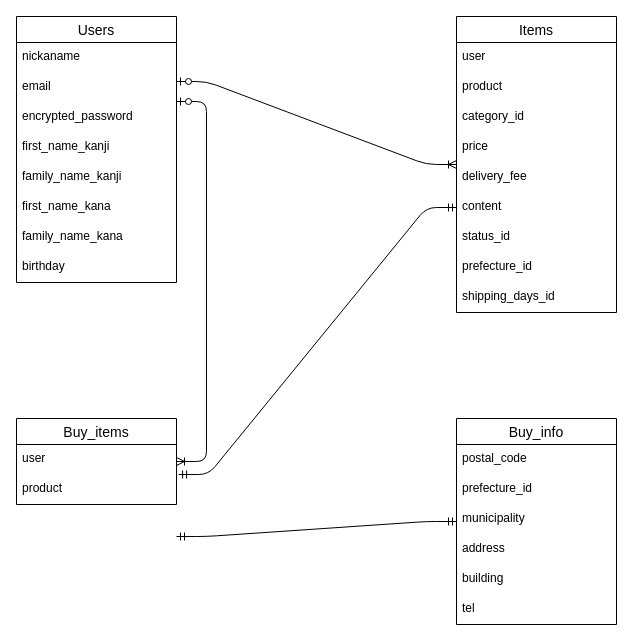
Earlier version of the draw.io diagram test.dio (lluvidali/furima-36592). Source tidied: cells renumbered, new cells numbered last; positions are measured from the earlier drawing's top-left corner, leaving out a move shared by most shapes. Both pictures are drawn from the tidied source at 100%, with x=0, y=0 at pixel (16, 16).
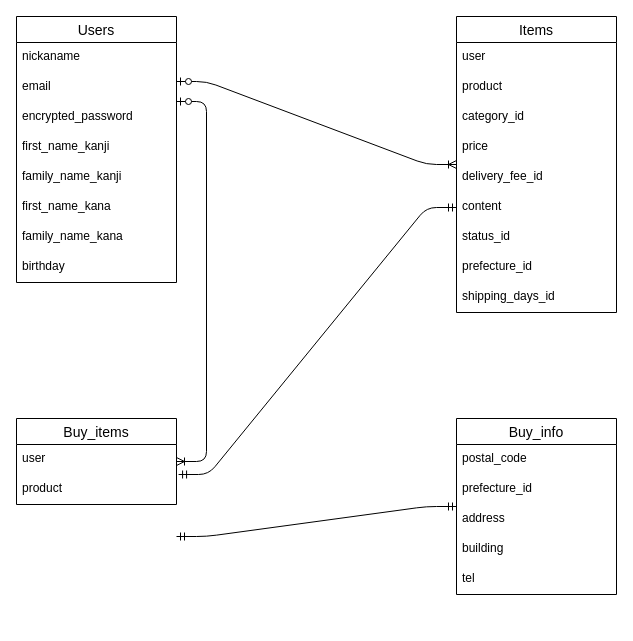
The same page after the edit.

Commit message (it also covers changes not shown here):
データベースの修正②

Unchanged cells that the change refers to:
```xml
<mxCell id="14" value="Items" style="swimlane;fontStyle=0;horizontal=1;startSize=26;align=center;fontSize=14;" parent="1" vertex="1">
  <mxGeometry x="440" width="160" height="296" as="geometry" />
</mxCell>
```

Change to the diagram source:
```diff
@@
-    <mxCell id="19" value="delivery_fee" style="text;strokeColor=none;fillColor=none;spacingLeft=4;spacingRight=4;overflow=hidden;fontSize=12;" parent="14" vertex="1">
+    <mxCell id="19" value="delivery_fee_id" style="text;strokeColor=none;fillColor=none;spacingLeft=4;spacingRight=4;overflow=hidden;fontSize=12;" parent="14" vertex="1">
       <mxGeometry y="146" width="160" height="30" as="geometry" />
     </mxCell>
@@
     <mxCell id="28" value="Buy_info" style="swimlane;fontStyle=0;horizontal=1;startSize=26;align=center;fontSize=14;" parent="1" vertex="1">
-      <mxGeometry x="440" y="402" width="160" height="206" as="geometry" />
+      <mxGeometry x="440" y="402" width="160" height="176" as="geometry" />
     </mxCell>
@@
-    <mxCell id="31" value="municipality" style="text;strokeColor=none;fillColor=none;spacingLeft=4;spacingRight=4;overflow=hidden;fontSize=12;" parent="28" vertex="1">
-      <mxGeometry y="86" width="160" height="30" as="geometry" />
-    </mxCell>
     <mxCell id="32" value="address" style="text;strokeColor=none;fillColor=none;spacingLeft=4;spacingRight=4;overflow=hidden;fontSize=12;" parent="28" vertex="1">
-      <mxGeometry y="116" width="160" height="30" as="geometry" />
+      <mxGeometry y="86" width="160" height="30" as="geometry" />
     </mxCell>
     <mxCell id="33" value="building" style="text;strokeColor=none;fillColor=none;spacingLeft=4;spacingRight=4;overflow=hidden;fontSize=12;" parent="28" vertex="1">
-      <mxGeometry y="146" width="160" height="30" as="geometry" />
+      <mxGeometry y="116" width="160" height="30" as="geometry" />
     </mxCell>
     <mxCell id="34" value="tel" style="text;strokeColor=none;fillColor=none;spacingLeft=4;spacingRight=4;overflow=hidden;fontSize=12;" parent="28" vertex="1">
-      <mxGeometry y="176" width="160" height="30" as="geometry" />
+      <mxGeometry y="146" width="160" height="30" as="geometry" />
     </mxCell>
```
